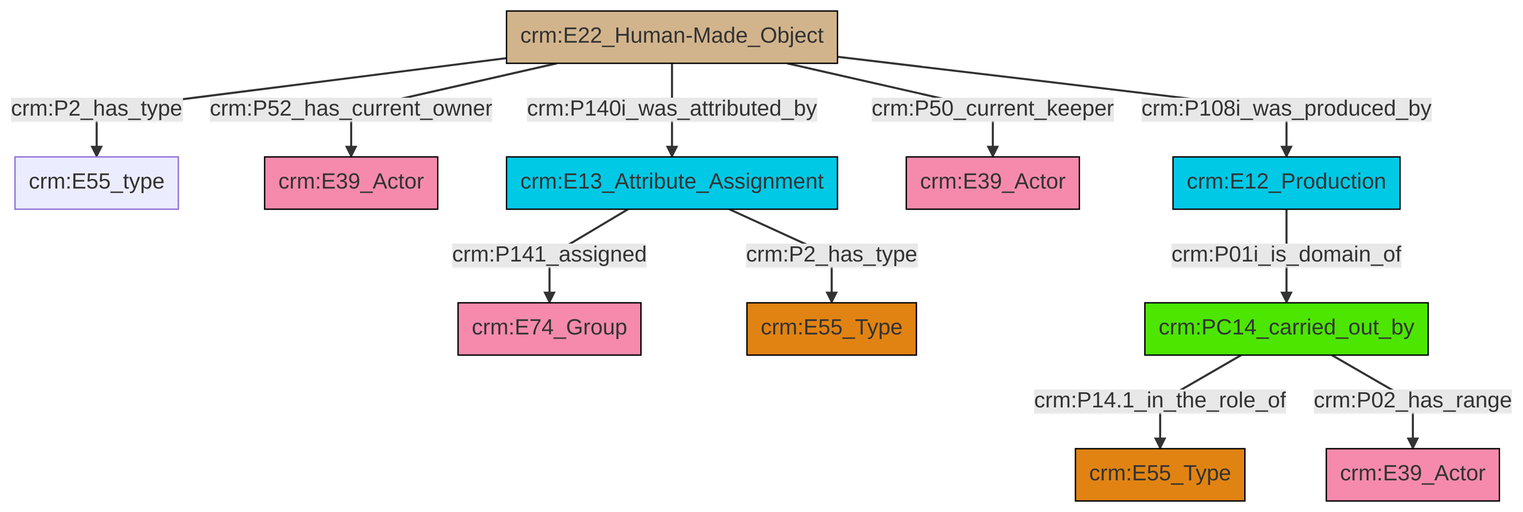
Before: et/artworkCSV/ttl/mmd/png/Artwork_Actor_Relations.png, a diagram exported from Mermaid (swiss-art-research-net/docs.swissartresearch). Its source is kept beside it as et/artworkCSV/ttl/mmd/Artwork_Actor_Relations.ttl.mmd.
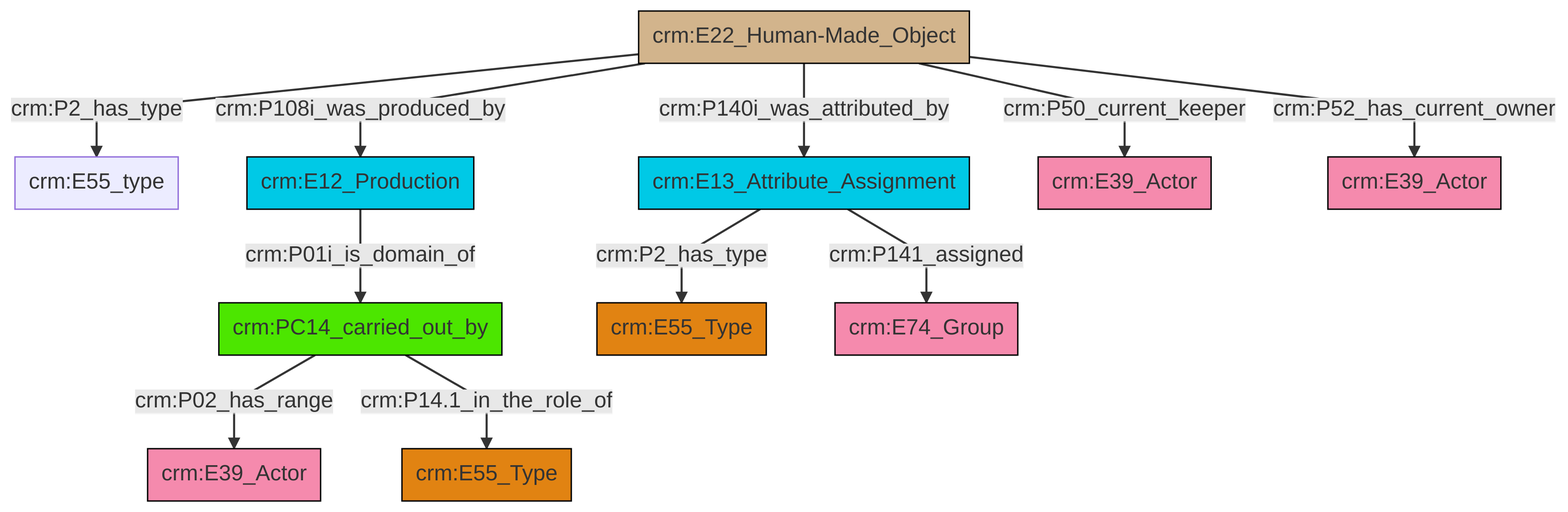
The same file after the commit.

The edit, as a diff of the source:
```diff
@@ -13,13 +13,13 @@
 classDef PC_Classes fill:#4ce600, stroke:#000000;
 classDef Multi fill:#cccccc,stroke:#000000;
 
-2["crm:E22_Human-Made_Object"]:::Physical_Thing -->|crm:P2_has_type| 3["crm:E55_type"]:::Default
-2["crm:E22_Human-Made_Object"]:::Physical_Thing -->|crm:P52_has_current_owner| 4["crm:E39_Actor"]:::Actor
-5["crm:E13_Attribute_Assignment"]:::Temporal_Entity -->|crm:P141_assigned| 6["crm:E74_Group"]:::Actor
-2["crm:E22_Human-Made_Object"]:::Physical_Thing -->|crm:P140i_was_attributed_by| 5["crm:E13_Attribute_Assignment"]:::Temporal_Entity
-0["crm:E12_Production"]:::Temporal_Entity -->|crm:P01i_is_domain_of| 13["crm:PC14_carried_out_by"]:::PC_Classes
-13["crm:PC14_carried_out_by"]:::PC_Classes -->|crm:P14.1_in_the_role_of| 18["crm:E55_Type"]:::Type
-2["crm:E22_Human-Made_Object"]:::Physical_Thing -->|crm:P50_current_keeper| 7["crm:E39_Actor"]:::Actor
-2["crm:E22_Human-Made_Object"]:::Physical_Thing -->|crm:P108i_was_produced_by| 0["crm:E12_Production"]:::Temporal_Entity
-13["crm:PC14_carried_out_by"]:::PC_Classes -->|crm:P02_has_range| 9["crm:E39_Actor"]:::Actor
-5["crm:E13_Attribute_Assignment"]:::Temporal_Entity -->|crm:P2_has_type| 16["crm:E55_Type"]:::Type
+0["crm:E22_Human-Made_Object"]:::Physical_Thing -->|crm:P2_has_type| 1["crm:E55_type"]:::Default
+5["crm:PC14_carried_out_by"]:::PC_Classes -->|crm:P02_has_range| 3["crm:E39_Actor"]:::Actor
+6["crm:E12_Production"]:::Temporal_Entity -->|crm:P01i_is_domain_of| 5["crm:PC14_carried_out_by"]:::PC_Classes
+0["crm:E22_Human-Made_Object"]:::Physical_Thing -->|crm:P140i_was_attributed_by| 8["crm:E13_Attribute_Assignment"]:::Temporal_Entity
+8["crm:E13_Attribute_Assignment"]:::Temporal_Entity -->|crm:P2_has_type| 12["crm:E55_Type"]:::Type
+0["crm:E22_Human-Made_Object"]:::Physical_Thing -->|crm:P50_current_keeper| 13["crm:E39_Actor"]:::Actor
+5["crm:PC14_carried_out_by"]:::PC_Classes -->|crm:P14.1_in_the_role_of| 10["crm:E55_Type"]:::Type
+0["crm:E22_Human-Made_Object"]:::Physical_Thing -->|crm:P108i_was_produced_by| 6["crm:E12_Production"]:::Temporal_Entity
+0["crm:E22_Human-Made_Object"]:::Physical_Thing -->|crm:P52_has_current_owner| 14["crm:E39_Actor"]:::Actor
+8["crm:E13_Attribute_Assignment"]:::Temporal_Entity -->|crm:P141_assigned| 21["crm:E74_Group"]:::Actor
```
